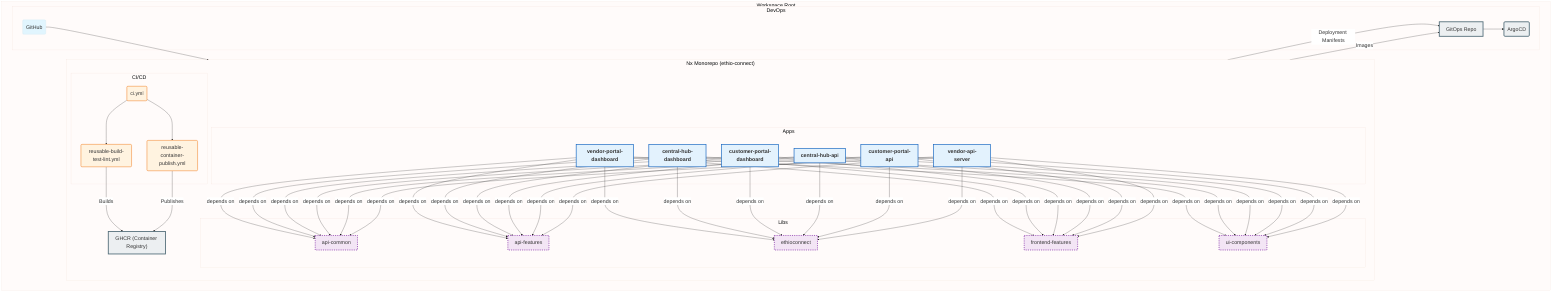
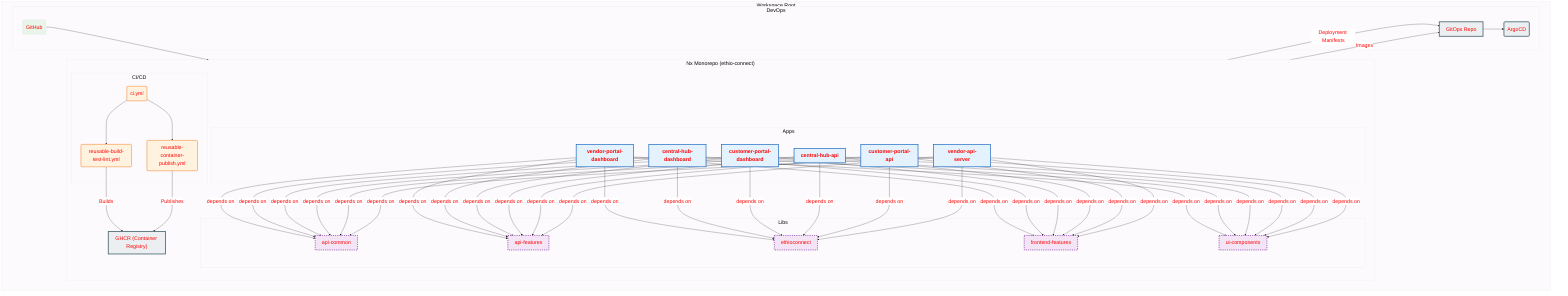
- %%{init: {'theme': 'base', 'themeVariables': { 'fontSize': '24px', 'fontFamily': 'arial', 'primaryColor': '#e1f5fe', 'edgeLabelBackground':'#ffffff' }, 'flowchart': {'nodeSpacing': 70, 'rankSpacing': 70}}}%%
+ %%{init: {'theme': 'base', 'themeVariables': { 'fontSize': '24px', 'fontFamily': 'arial', 'primaryColor': '#e8f5e9', 'primaryTextColor': '#ff0000ff', 'edgeLabelBackground':'#ffffff' }, 'flowchart': {'nodeSpacing': 70, 'rankSpacing': 70}}}%%
graph TD
    classDef app fill:#e3f2fd,stroke:#1565c0,stroke-width:3px,font-weight:bold;
    classDef lib fill:#f3e5f5,stroke:#7b1fa2,stroke-width:3px,stroke-dasharray: 5 5;
    classDef ci fill:#fff3e0,stroke:#ef6c00,stroke-width:2px;
    classDef infra fill:#eceff1,stroke:#546e7a,stroke-width:4px;

    subgraph "Workspace Root"
        direction LR
        subgraph "Nx Monorepo (ethio-connect)"
            direction TB
            subgraph "Apps"
                A[vendor-portal-dashboard]:::app
                B[central-hub-dashboard]:::app
                C[customer-portal-dashboard]:::app
                D[central-hub-api]:::app
                E[customer-portal-api]:::app
                F[vendor-api-server]:::app
            end

            subgraph "Libs"
                G[api-common]:::lib
                H[api-features]:::lib
                I[ethioconnect]:::lib
                J[frontend-features]:::lib
                K[ui-components]:::lib
            end

            subgraph "CI/CD"
                CI_Main("ci.yml"):::ci
                CI_Build("reusable-build-test-lint.yml"):::ci
                CI_Publish("reusable-container-publish.yml"):::ci
            end

            CI_Main --> CI_Build
            CI_Main --> CI_Publish
            CI_Build -->|Builds| GHCR["GHCR (Container Registry)"]:::infra
            CI_Publish -->|Publishes| GHCR

            A & B & C & D & E & F -->|depends on| G & H & I & J & K
        end

        subgraph "DevOps"
            SC("GitHub") --> CI_Main
            CI_Publish -->|Deployment Manifests| GR["GitOps Repo"]:::infra
            GHCR -->|Images| GR
            GR --> ArgoCD("ArgoCD"):::infra
        end
    end